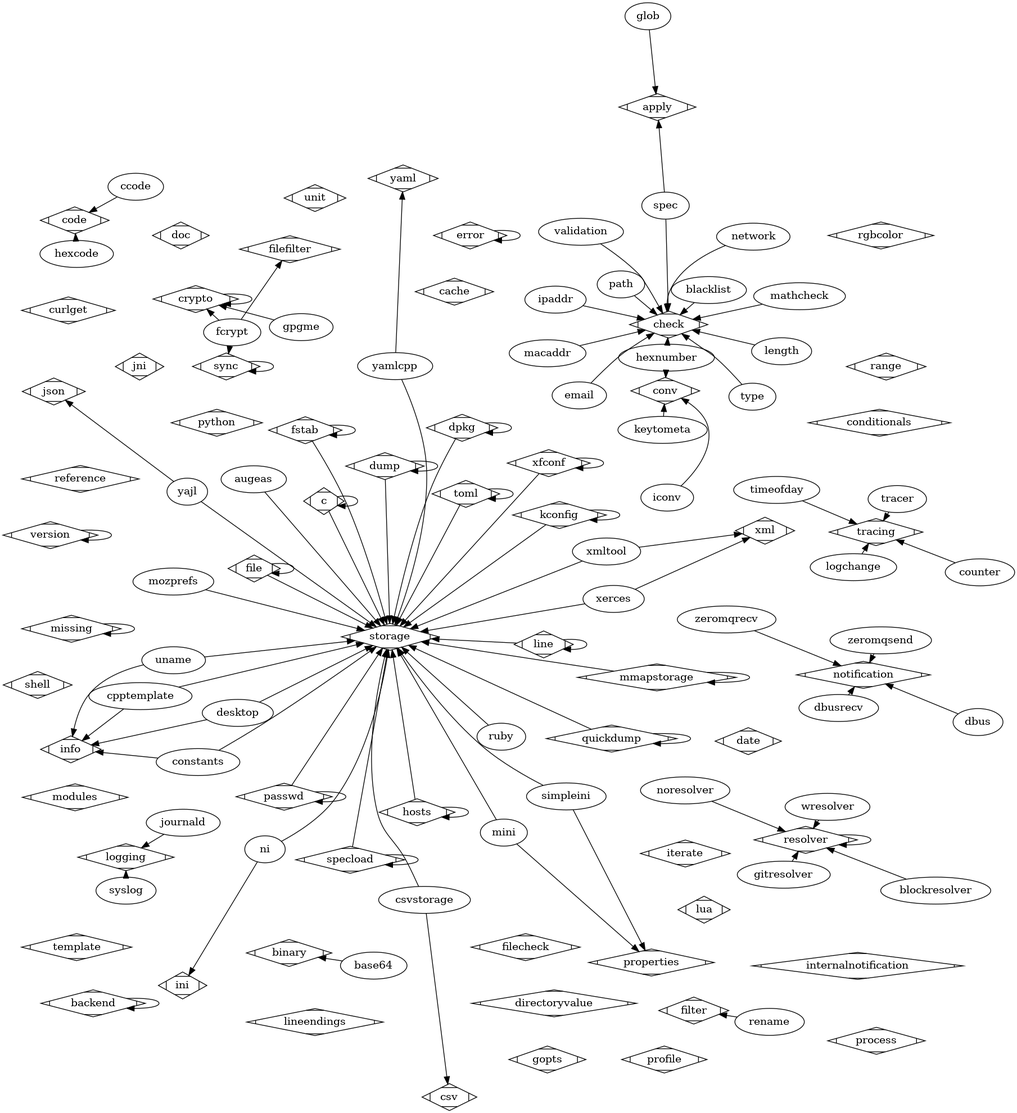
Above: doc/images/plugins.png in ElektraInitiative/libelektra (Graphviz), before the change. Its source is kept beside it as doc/images/plugins.dot.
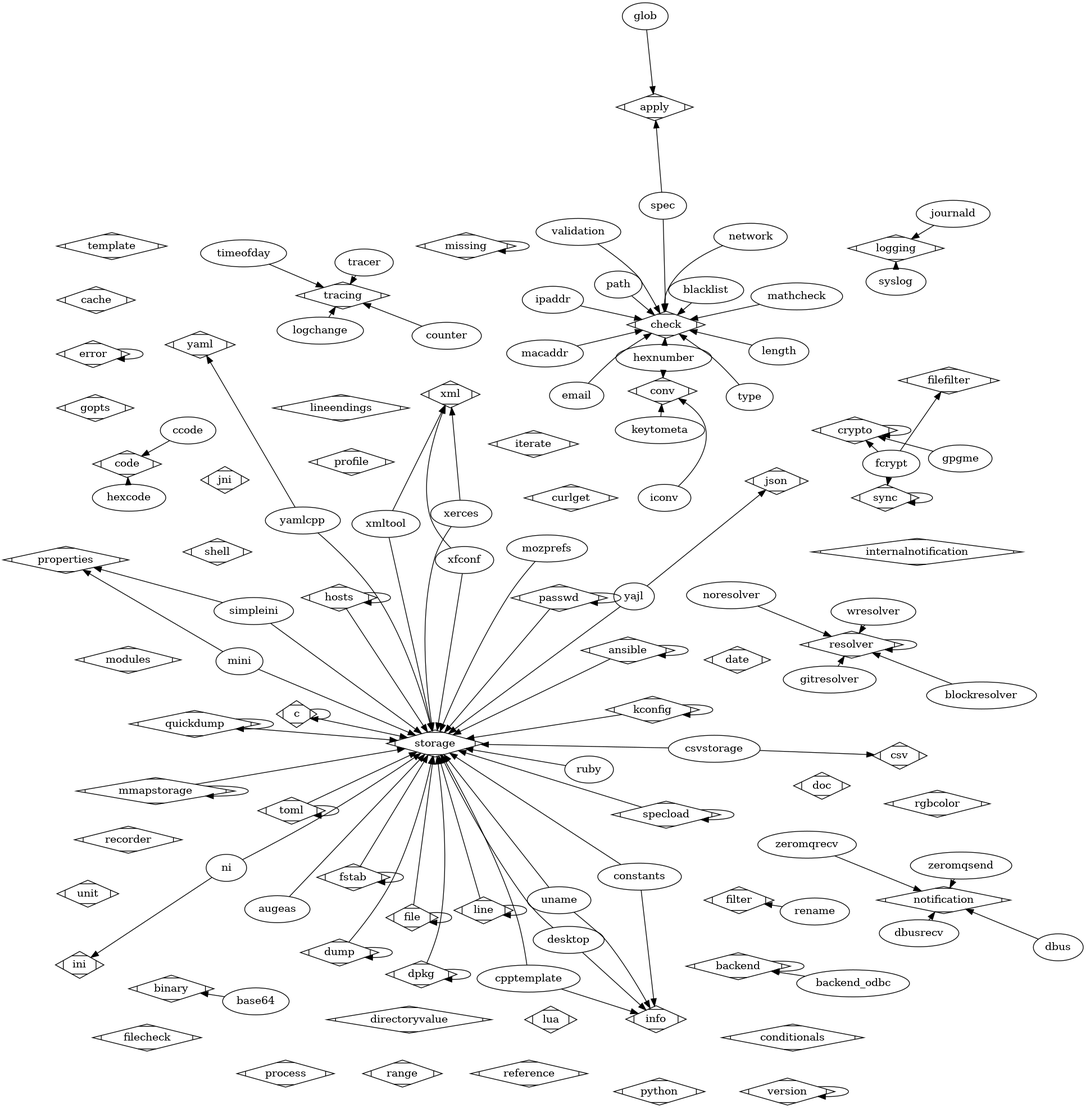
The same diagram one commit later.

Commit message:
release: regenerate plugins overview picture

Diff of the diagram source:
```diff
@@ -1,9 +1,15 @@
 strict digraph G {
 	splines = true;
+	storage [shape=Mdiamond];
+	ansible -> storage;
+	ansible [shape=Mdiamond];
+	ansible -> ansible;
 	storage [shape=Mdiamond];
 	augeas -> storage;
 	backend [shape=Mdiamond];
 	backend -> backend;
+	backend [shape=Mdiamond];
+	backend_odbc -> backend;
 	binary [shape=Mdiamond];
 	base64 -> binary;
 	check [shape=Mdiamond];
@@ -154,6 +160,7 @@
 	quickdump [shape=Mdiamond];
 	quickdump -> quickdump;
 	range [shape=Mdiamond];
+	recorder [shape=Mdiamond];
 	reference [shape=Mdiamond];
 	filter [shape=Mdiamond];
 	rename -> filter;
@@ -207,8 +214,8 @@
 	xerces -> xml;
 	storage [shape=Mdiamond];
 	xfconf -> storage;
-	xfconf [shape=Mdiamond];
-	xfconf -> xfconf;
+	xml [shape=Mdiamond];
+	xfconf -> xml;
 	storage [shape=Mdiamond];
 	xmltool -> storage;
 	xml [shape=Mdiamond];
```
